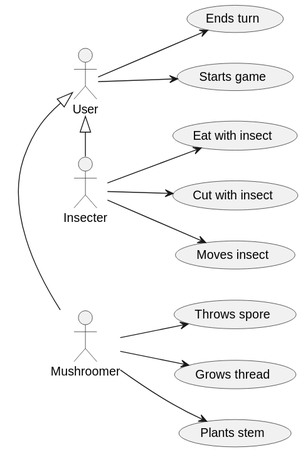
Before: out/5/usecase/uc/player.svg, a diagram exported from PlantUML (Petya-G/fungorium).
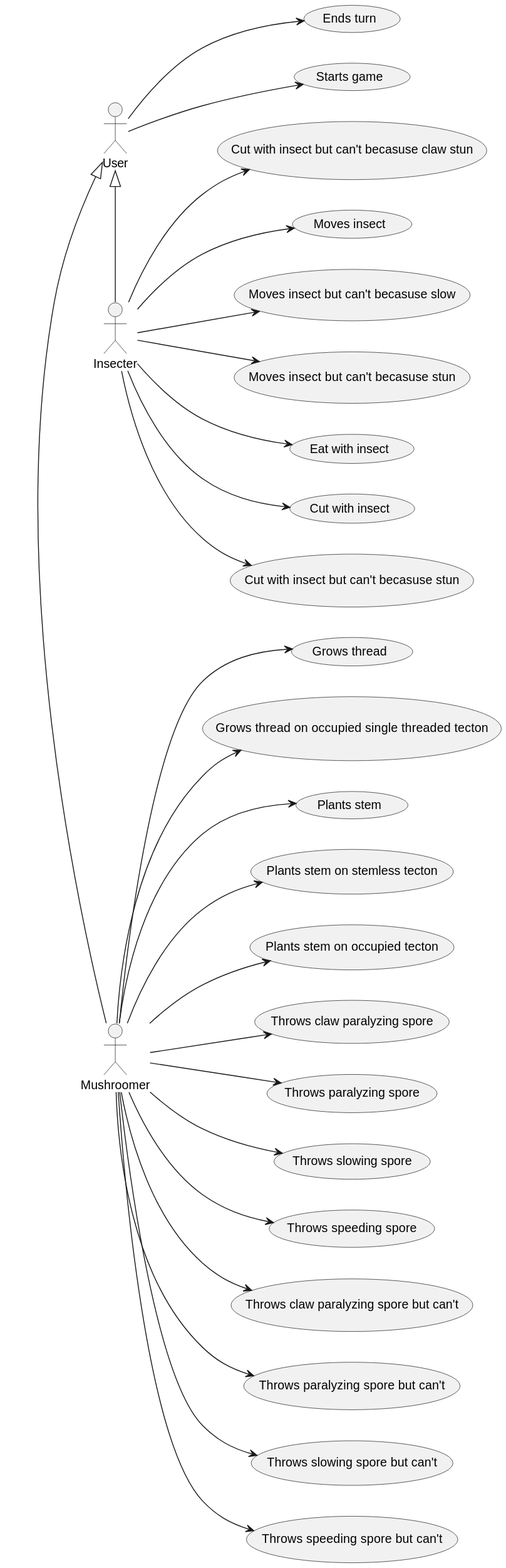
The same file after the commit.

Commit message:
even more use-cases

Diff of the diagram source:
```diff
@@ -7,10 +7,26 @@
 User --> (Starts game)
 
 Mushroomer --> (Plants stem)
-Mushroomer --> (Throws spore)
+Mushroomer --> (Plants stem on stemless tecton)
+Mushroomer --> (Plants stem on occupied tecton)
+Mushroomer --> (Throws claw paralyzing spore)
+Mushroomer --> (Throws paralyzing spore)
+Mushroomer --> (Throws slowing spore)
+Mushroomer --> (Throws speeding spore)
+
+Mushroomer --> (Throws claw paralyzing spore but can't)
+Mushroomer --> (Throws paralyzing spore but can't)
+Mushroomer --> (Throws slowing spore but can't)
+Mushroomer --> (Throws speeding spore but can't)
+
 Mushroomer --> (Grows thread)
+Mushroomer --> (Grows thread on occupied single threaded tecton)
 
 Insecter --> (Moves insect)
+Insecter --> (Moves insect but can't becasuse slow)
+Insecter --> (Moves insect but can't becasuse stun)
 Insecter --> (Eat with insect)
 Insecter --> (Cut with insect)
+Insecter --> (Cut with insect but can't becasuse stun)
+Insecter --> (Cut with insect but can't becasuse claw stun)
 @enduml
```
